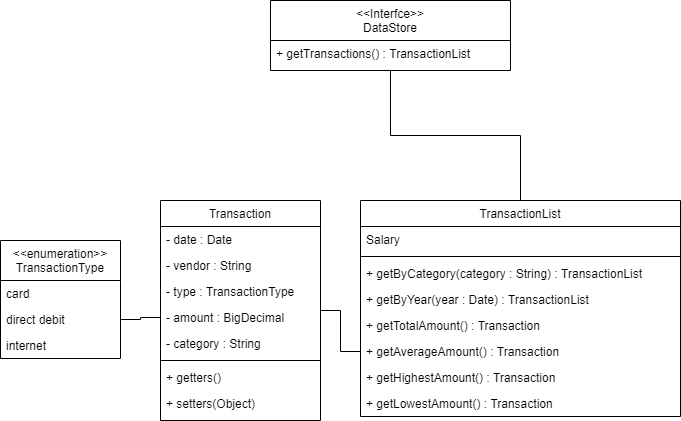
The draw.io diagram Class Diagram.png in dickyince/transaction-categories, before a commit. Source tidied: cells renumbered, new cells last; positions are measured from the earlier drawing's top-left corner, leaving out a move shared by most shapes.
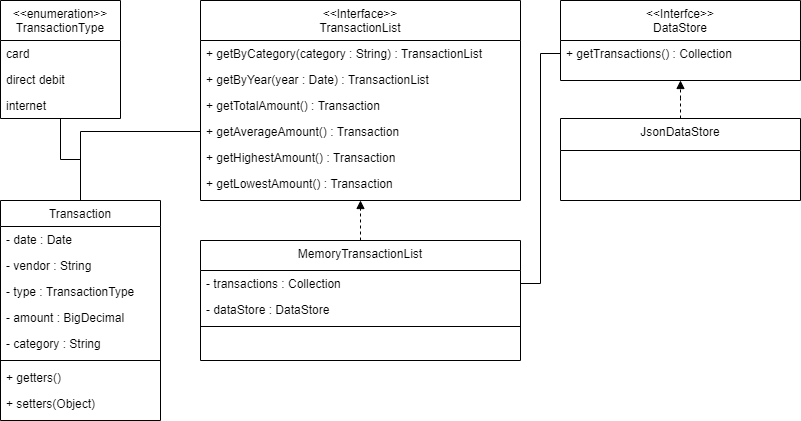
The same diagram one commit later.

The edit, as a diff of the source:
```diff
@@ -3,13 +3,13 @@
     <mxCell id="0" />
     <mxCell id="1" parent="0" />
     <mxCell id="2" value="&lt;&lt;Interfce&gt;&gt;&#10;DataStore" style="swimlane;fontStyle=0;align=center;verticalAlign=top;horizontal=1;startSize=40;rounded=0;shadow=0;strokeWidth=1;" parent="1" vertex="1">
-      <mxGeometry x="270" width="240" height="70" as="geometry" />
+      <mxGeometry x="560" y="-80" width="240" height="80" as="geometry" />
     </mxCell>
-    <mxCell id="3" value="+ getTransactions() : TransactionList" style="text;align=left;verticalAlign=top;spacingLeft=4;spacingRight=4;overflow=hidden;points=[[0,0.5],[1,0.5]];portConstraint=eastwest;" parent="2" vertex="1">
+    <mxCell id="3" value="+ getTransactions() : Collection" style="text;align=left;verticalAlign=top;spacingLeft=4;spacingRight=4;overflow=hidden;points=[[0,0.5],[1,0.5]];portConstraint=eastwest;" parent="2" vertex="1">
       <mxGeometry y="40" width="240" height="26" as="geometry" />
     </mxCell>
     <mxCell id="4" value="Transaction" style="swimlane;fontStyle=0;align=center;verticalAlign=top;horizontal=1;startSize=26;rounded=0;shadow=0;strokeWidth=1;" parent="1" vertex="1">
-      <mxGeometry x="160" y="200" width="160" height="220" as="geometry" />
+      <mxGeometry y="120" width="160" height="220" as="geometry" />
     </mxCell>
     <mxCell id="5" value="- date : Date" style="text;align=left;verticalAlign=top;spacingLeft=4;spacingRight=4;overflow=hidden;" parent="4" vertex="1">
       <mxGeometry y="26" width="160" height="26" as="geometry" />
@@ -35,38 +35,29 @@
     <mxCell id="12" value="+ setters(Object)" style="text;align=left;verticalAlign=top;spacingLeft=4;spacingRight=4;overflow=hidden;" parent="4" vertex="1">
       <mxGeometry y="190" width="160" height="26" as="geometry" />
     </mxCell>
-    <mxCell id="13" style="edgeStyle=orthogonalEdgeStyle;rounded=0;jettySize=auto;html=1;endArrow=none;endFill=0;" parent="1" edge="1" source="14" target="2">
-      <mxGeometry relative="1" as="geometry" />
-    </mxCell>
-    <mxCell id="14" value="TransactionList" style="swimlane;fontStyle=0;align=center;verticalAlign=top;horizontal=1;startSize=26;rounded=0;shadow=0;strokeWidth=1;" parent="1" vertex="1">
-      <mxGeometry x="360" y="200" width="320" height="216" as="geometry" />
+    <mxCell id="14" value="&lt;&lt;Interface&gt;&gt;&#10;TransactionList" style="swimlane;fontStyle=0;align=center;verticalAlign=top;horizontal=1;startSize=40;rounded=0;shadow=0;strokeWidth=1;" parent="1" vertex="1">
+      <mxGeometry x="200" y="-80" width="320" height="200" as="geometry" />
     </mxCell>
-    <mxCell id="15" value="Salary" style="text;align=left;verticalAlign=top;spacingLeft=4;spacingRight=4;overflow=hidden;" parent="14" vertex="1">
-      <mxGeometry y="26" width="320" height="26" as="geometry" />
-    </mxCell>
-    <mxCell id="16" style="line;html=1;strokeWidth=1;align=left;verticalAlign=middle;spacingTop=-1;spacingLeft=3;spacingRight=3;labelPosition=right;" parent="14" vertex="1">
-      <mxGeometry y="52" width="320" height="8" as="geometry" />
-    </mxCell>
     <mxCell id="17" value="+ getByCategory(category : String) : TransactionList" style="text;align=left;verticalAlign=top;spacingLeft=4;spacingRight=4;overflow=hidden;" parent="14" vertex="1">
-      <mxGeometry y="60" width="320" height="26" as="geometry" />
+      <mxGeometry y="40" width="320" height="26" as="geometry" />
     </mxCell>
     <mxCell id="18" value="+ getByYear(year : Date) : TransactionList" style="text;align=left;verticalAlign=top;spacingLeft=4;spacingRight=4;overflow=hidden;" parent="14" vertex="1">
-      <mxGeometry y="86" width="320" height="26" as="geometry" />
+      <mxGeometry y="66" width="320" height="26" as="geometry" />
     </mxCell>
     <mxCell id="19" value="+ getTotalAmount() : Transaction" style="text;align=left;verticalAlign=top;spacingLeft=4;spacingRight=4;overflow=hidden;" parent="14" vertex="1">
-      <mxGeometry y="112" width="320" height="26" as="geometry" />
+      <mxGeometry y="92" width="320" height="26" as="geometry" />
     </mxCell>
     <mxCell id="20" value="+ getAverageAmount() : Transaction" style="text;align=left;verticalAlign=top;spacingLeft=4;spacingRight=4;overflow=hidden;points=[[0,0.5],[1,0.5]];portConstraint=eastwest;" parent="14" vertex="1">
-      <mxGeometry y="138" width="320" height="26" as="geometry" />
+      <mxGeometry y="118" width="320" height="26" as="geometry" />
     </mxCell>
     <mxCell id="21" value="+ getHighestAmount() : Transaction" style="text;align=left;verticalAlign=top;spacingLeft=4;spacingRight=4;overflow=hidden;" parent="14" vertex="1">
-      <mxGeometry y="164" width="320" height="26" as="geometry" />
+      <mxGeometry y="144" width="320" height="26" as="geometry" />
     </mxCell>
     <mxCell id="22" value="+ getLowestAmount() : Transaction" style="text;align=left;verticalAlign=top;spacingLeft=4;spacingRight=4;overflow=hidden;" parent="14" vertex="1">
-      <mxGeometry y="190" width="320" height="26" as="geometry" />
+      <mxGeometry y="170" width="320" height="26" as="geometry" />
     </mxCell>
     <mxCell id="23" value="&lt;&lt;enumeration&gt;&gt;&#10;TransactionType" style="swimlane;fontStyle=0;horizontal=1;startSize=40;fillColor=none;" parent="1" vertex="1">
-      <mxGeometry y="240" width="120" height="118" as="geometry" />
+      <mxGeometry y="-80" width="120" height="118" as="geometry" />
     </mxCell>
     <mxCell id="24" value="card" style="text;strokeColor=none;fillColor=none;align=left;verticalAlign=top;spacingLeft=4;spacingRight=4;overflow=hidden;" parent="23" vertex="1">
       <mxGeometry y="40" width="120" height="26" as="geometry" />
@@ -77,11 +68,35 @@
     <mxCell id="26" value="internet" style="text;strokeColor=none;fillColor=none;align=left;verticalAlign=top;spacingLeft=4;spacingRight=4;overflow=hidden;" parent="23" vertex="1">
       <mxGeometry y="92" width="120" height="26" as="geometry" />
     </mxCell>
-    <mxCell id="27" style="edgeStyle=orthogonalEdgeStyle;rounded=0;jettySize=auto;html=1;entryX=1;entryY=0.5;entryDx=0;entryDy=0;endArrow=none;endFill=0;" parent="1" edge="1" source="8" target="25">
+    <mxCell id="27" style="edgeStyle=orthogonalEdgeStyle;rounded=0;jettySize=auto;html=1;endArrow=none;endFill=0;" parent="1" edge="1" source="4" target="23">
       <mxGeometry relative="1" as="geometry" />
     </mxCell>
     <mxCell id="28" style="edgeStyle=orthogonalEdgeStyle;rounded=0;jettySize=auto;html=1;endArrow=none;endFill=0;" parent="1" edge="1" source="20" target="4">
       <mxGeometry relative="1" as="geometry" />
     </mxCell>
+    <mxCell id="29" style="edgeStyle=orthogonalEdgeStyle;rounded=0;jettySize=auto;html=1;dashed=1;endArrow=block;endFill=1;" parent="1" edge="1" source="30" target="2">
+      <mxGeometry relative="1" as="geometry" />
+    </mxCell>
+    <mxCell id="30" value="JsonDataStore" style="swimlane;fontStyle=0;align=center;verticalAlign=top;horizontal=1;startSize=32;rounded=0;shadow=0;strokeWidth=1;" parent="1" vertex="1">
+      <mxGeometry x="560" y="38" width="240" height="82" as="geometry" />
+    </mxCell>
+    <mxCell id="31" style="edgeStyle=orthogonalEdgeStyle;rounded=0;jettySize=auto;html=1;endArrow=block;endFill=1;dashed=1;" parent="1" edge="1" source="32" target="14">
+      <mxGeometry relative="1" as="geometry" />
+    </mxCell>
+    <mxCell id="32" value="MemoryTransactionList" style="swimlane;fontStyle=0;align=center;verticalAlign=top;horizontal=1;startSize=30;rounded=0;shadow=0;strokeWidth=1;" parent="1" vertex="1">
+      <mxGeometry x="200" y="160" width="320" height="120" as="geometry" />
+    </mxCell>
+    <mxCell id="33" value="- transactions : Collection" style="text;align=left;verticalAlign=top;spacingLeft=4;spacingRight=4;overflow=hidden;points=[[0,0.5],[1,0.5]];portConstraint=eastwest;" parent="32" vertex="1">
+      <mxGeometry y="30" width="320" height="26" as="geometry" />
+    </mxCell>
+    <mxCell id="34" value="- dataStore : DataStore" style="text;align=left;verticalAlign=top;spacingLeft=4;spacingRight=4;overflow=hidden;" parent="32" vertex="1">
+      <mxGeometry y="56" width="320" height="26" as="geometry" />
+    </mxCell>
+    <mxCell id="35" style="line;html=1;strokeWidth=1;align=left;verticalAlign=middle;spacingTop=-1;spacingLeft=3;spacingRight=3;labelPosition=right;" parent="32" vertex="1">
+      <mxGeometry y="82" width="320" height="8" as="geometry" />
+    </mxCell>
+    <mxCell id="36" style="edgeStyle=orthogonalEdgeStyle;rounded=0;jettySize=auto;html=1;entryX=0;entryY=0.5;entryDx=0;entryDy=0;endArrow=none;endFill=0;" parent="1" edge="1" source="33" target="3">
+      <mxGeometry relative="1" as="geometry" />
+    </mxCell>
   </root>
 </mxGraphModel>
```
